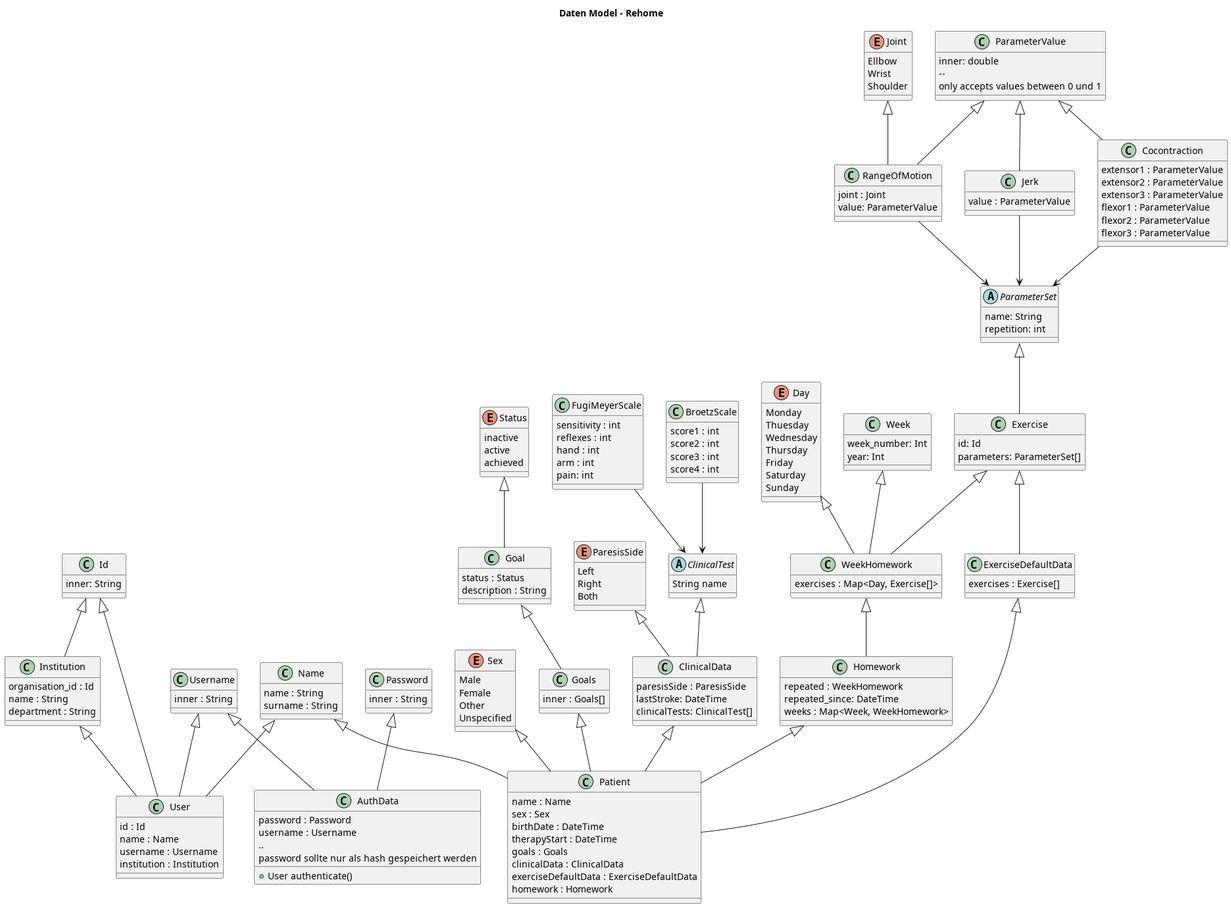
The PlantUML diagram doc/data_model.png in reTeaming/rehome, before a commit.
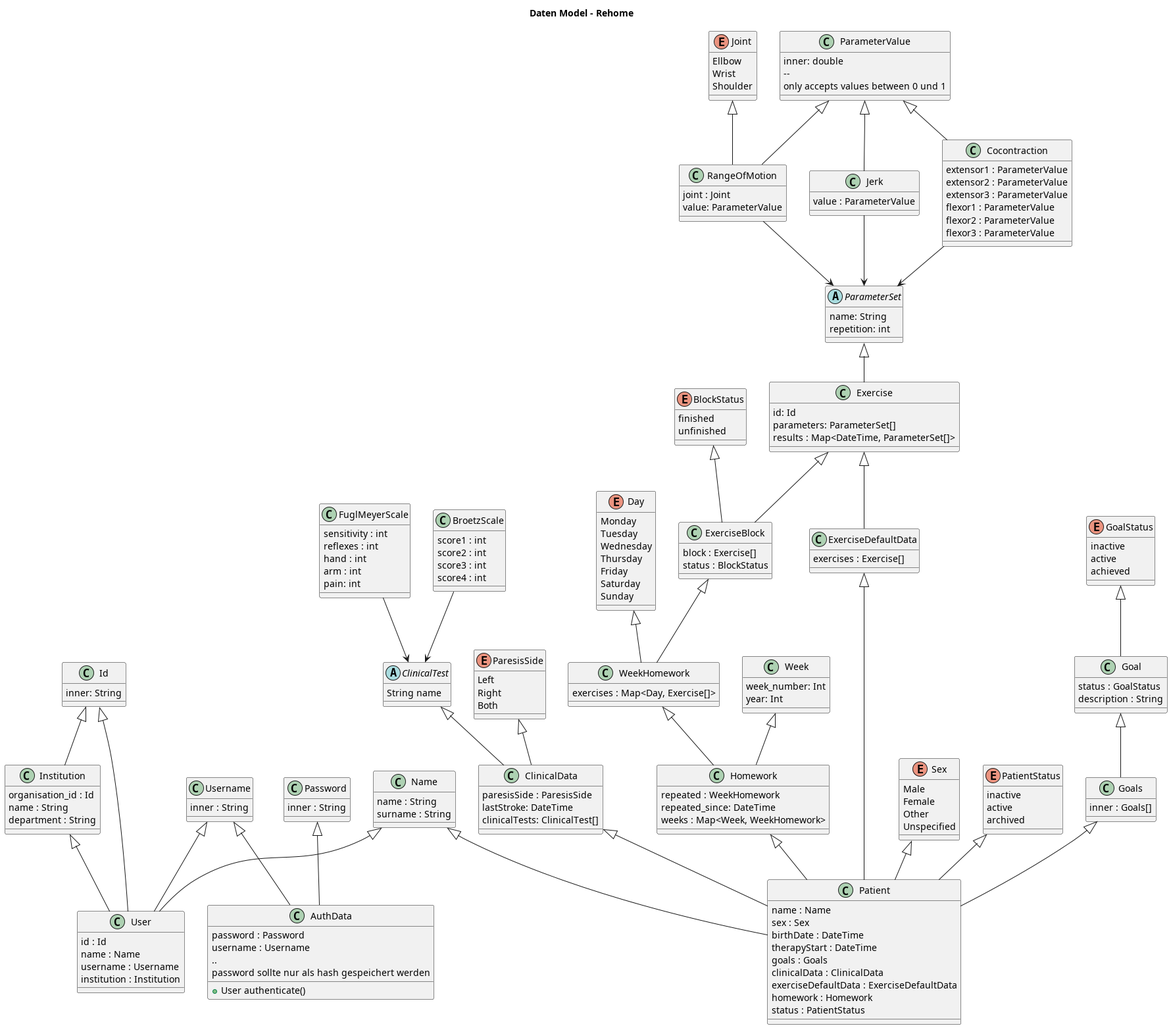
The same file after the commit.

Commit message:
compiled current pdf

The edit, as a diff of the source:
```diff
@@ -58,15 +58,22 @@
 		Unspecified
 }
 
+enum PatientStatus {
+		inactive
+		active
+		archived
+}
+
 class Patient {
 	name : Name
 	sex : Sex
 	birthDate : DateTime
 	therapyStart : DateTime
-  goals : Goals
+    goals : Goals
 	clinicalData : ClinicalData
 	exerciseDefaultData : ExerciseDefaultData
 	homework : Homework
+	status : PatientStatus
 
 }
 
@@ -74,14 +81,14 @@
 	inner : Goals[]
 }
 
-enum Status {
+enum GoalStatus {
 		inactive
 		active
 		achieved
 }
 
 class Goal {
-		status : Status
+		status : GoalStatus
 		description : String
 }
 
@@ -101,7 +108,7 @@
 		String name
 }
 
-class FugiMeyerScale {
+class FuglMeyerScale {
 	 sensitivity : int
 	 reflexes : int
 	 hand : int
@@ -118,7 +125,7 @@
 
 enum Day {
 		Monday
-		Thuesday
+		Tuesday
 		Wednesday
 		Thursday
 		Friday
@@ -141,15 +148,28 @@
    exercises : Map<Day, Exercise[]>
 }
 
-Week <|-- WeekHomework
+Week <|-- Homework
 
 class ExerciseDefaultData {
   exercises : Exercise[]
 }
 
+class ExerciseBlock {
+	block : Exercise[]
+	status : BlockStatus
+}
+
+enum BlockStatus {
+	finished
+	unfinished
+}
+
+BlockStatus <|-- ExerciseBlock
+
 class Exercise {
 	id: Id
 	parameters: ParameterSet[]
+	results : Map<DateTime, ParameterSet[]>
 }
 
 class ParameterValue {
@@ -195,18 +215,20 @@
 ClinicalData <|-- Patient
 Homework <|-- Patient
 ExerciseDefaultData <|-- Patient
+PatientStatus <|-- Patient
 
 Goal <|-- Goals
-Status <|-- Goal
+GoalStatus <|-- Goal
 
 ClinicalTest <|-- ClinicalData
 ParesisSide <|-- ClinicalData
-FugiMeyerScale --> ClinicalTest
+FuglMeyerScale --> ClinicalTest
 BroetzScale --> ClinicalTest
 
 WeekHomework <|-- Homework
 
-Exercise <|-- WeekHomework
+ExerciseBlock <|-- WeekHomework
+Exercise <|-- ExerciseBlock
 Day <|-- WeekHomework
 
 Exercise <|-- ExerciseDefaultData
```
